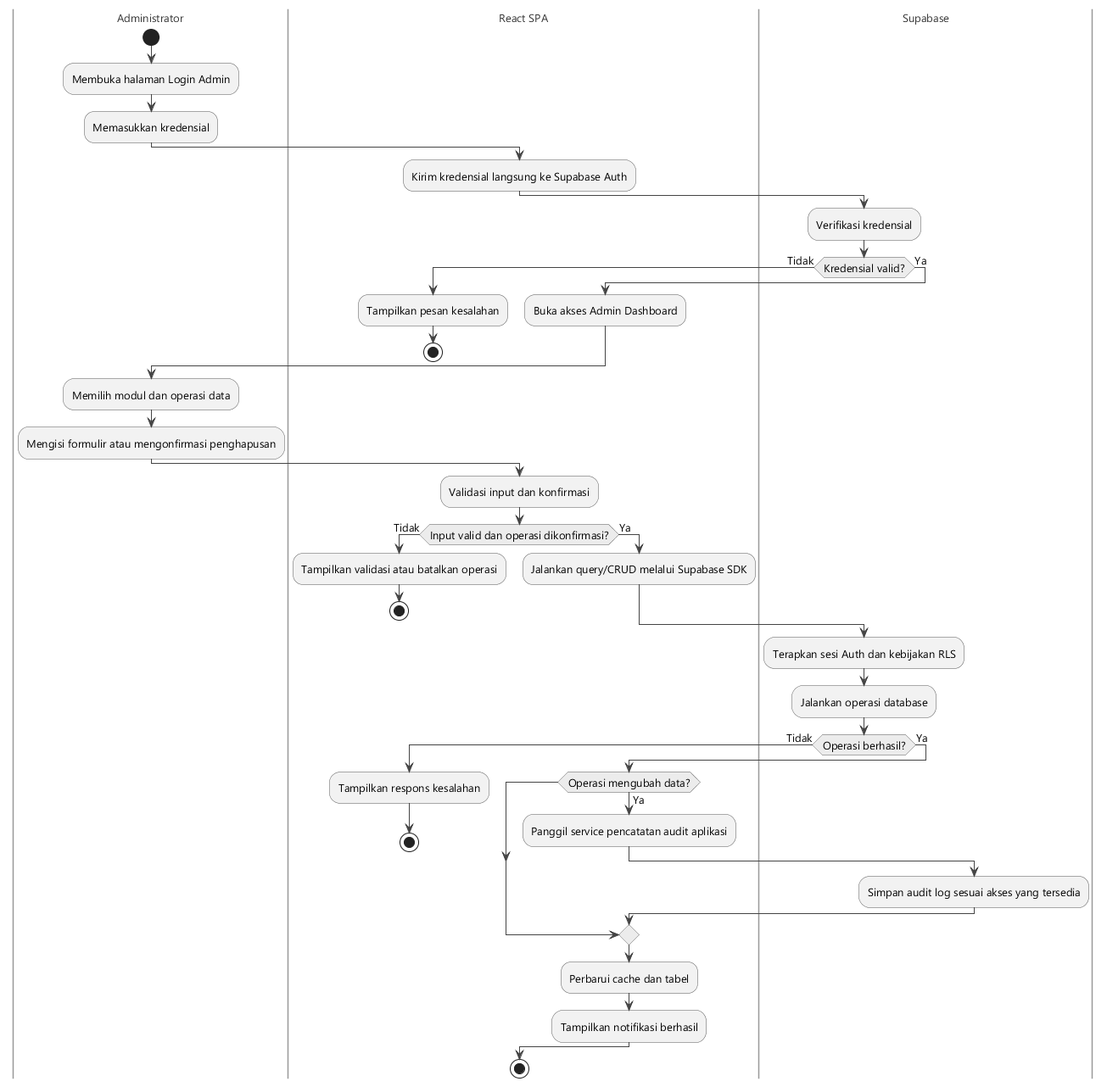
Earlier version of the PlantUML export images/diagram_activity_kelola_data.png (Jokskuyy/workflow-ta-proyek).
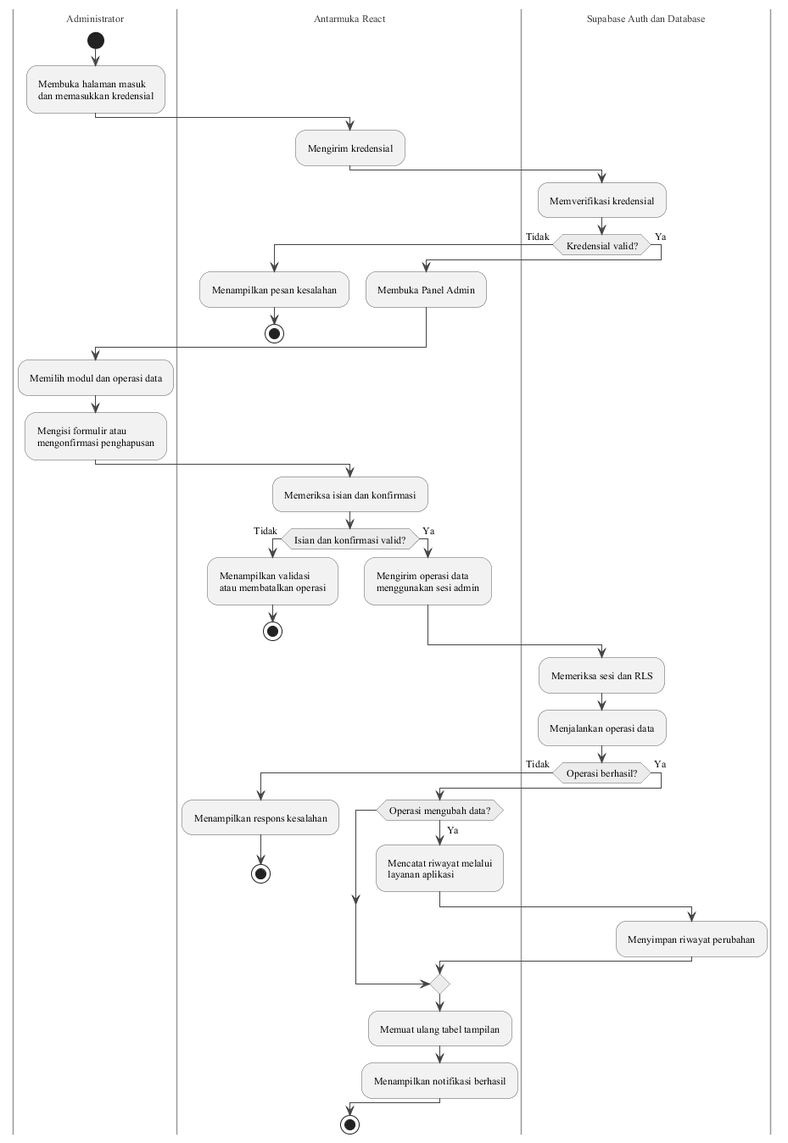
After the change.

What changed in the source:
```diff
@@ -2,9 +2,13 @@
 
 skinparam backgroundColor #FFFFFF
 skinparam shadowing false
-skinparam defaultFontName "Segoe UI"
-skinparam defaultFontSize 13
+skinparam defaultFontName "Times New Roman"
+skinparam defaultFontSize 12
 skinparam ArrowColor #444444
+skinparam linetype ortho
+skinparam nodesep 12
+skinparam ranksep 18
+skinparam Padding 4
 skinparam ActivityBorderColor #555555
 skinparam ActivityBackgroundColor #F2F2F2
 skinparam ActivityDiamondBackgroundColor #ECECEC
@@ -12,56 +16,54 @@
 skinparam SwimlaneTitleFontColor #333333
 skinparam SwimlaneBorderColor #999999
 
-
 |Administrator|
 start
-:Membuka halaman Login Admin;
-:Memasukkan kredensial;
+:Membuka halaman masuk\ndan memasukkan kredensial;
 
-|React SPA|
-:Kirim kredensial langsung ke Supabase Auth;
+|Antarmuka React|
+:Mengirim kredensial;
 
-|Supabase|
-:Verifikasi kredensial;
+|Supabase Auth dan Database|
+:Memverifikasi kredensial;
 if (Kredensial valid?) then (Tidak)
-  |React SPA|
-  :Tampilkan pesan kesalahan;
+  |Antarmuka React|
+  :Menampilkan pesan kesalahan;
   stop
 else (Ya)
-  |React SPA|
-  :Buka akses Admin Dashboard;
+  |Antarmuka React|
+  :Membuka Panel Admin;
 endif
 
 |Administrator|
 :Memilih modul dan operasi data;
-:Mengisi formulir atau mengonfirmasi penghapusan;
+:Mengisi formulir atau\nmengonfirmasi penghapusan;
 
-|React SPA|
-:Validasi input dan konfirmasi;
-if (Input valid dan operasi dikonfirmasi?) then (Tidak)
-  :Tampilkan validasi atau batalkan operasi;
+|Antarmuka React|
+:Memeriksa isian dan konfirmasi;
+if (Isian dan konfirmasi valid?) then (Tidak)
+  :Menampilkan validasi\natau membatalkan operasi;
   stop
 else (Ya)
-  :Jalankan query/CRUD melalui Supabase SDK;
+  :Mengirim operasi data\nmenggunakan sesi admin;
 endif
 
-|Supabase|
-:Terapkan sesi Auth dan kebijakan RLS;
-:Jalankan operasi database;
+|Supabase Auth dan Database|
+:Memeriksa sesi dan RLS;
+:Menjalankan operasi data;
 if (Operasi berhasil?) then (Tidak)
-  |React SPA|
-  :Tampilkan respons kesalahan;
+  |Antarmuka React|
+  :Menampilkan respons kesalahan;
   stop
 else (Ya)
-  |React SPA|
+  |Antarmuka React|
   if (Operasi mengubah data?) then (Ya)
-    :Panggil service pencatatan audit aplikasi;
-    |Supabase|
-    :Simpan audit log sesuai akses yang tersedia;
-    |React SPA|
+    :Mencatat riwayat melalui\nlayanan aplikasi;
+    |Supabase Auth dan Database|
+    :Menyimpan riwayat perubahan;
   endif
-  :Perbarui cache dan tabel;
-  :Tampilkan notifikasi berhasil;
+  |Antarmuka React|
+  :Memuat ulang tabel tampilan;
+  :Menampilkan notifikasi berhasil;
 endif
 
 stop
```
